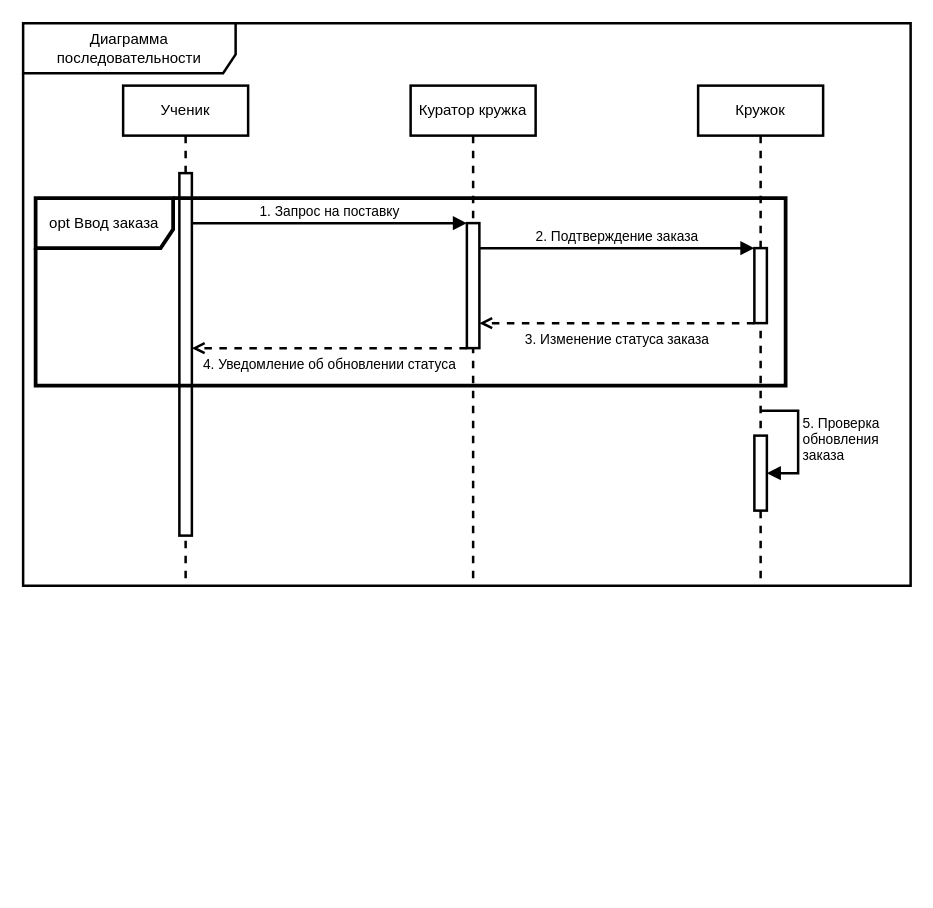
Before: page "Page-1" (1 of 3) of 1.drawio in Helpmepleaseitishard/Aikms, a draw.io diagram. Source tidied: cells renumbered, new cells numbered last; positions are measured from the earlier drawing's top-left corner, leaving out a move shared by most shapes. Both pictures are drawn from the tidied source at 125%, with x=0, y=0 at pixel (22, 22).
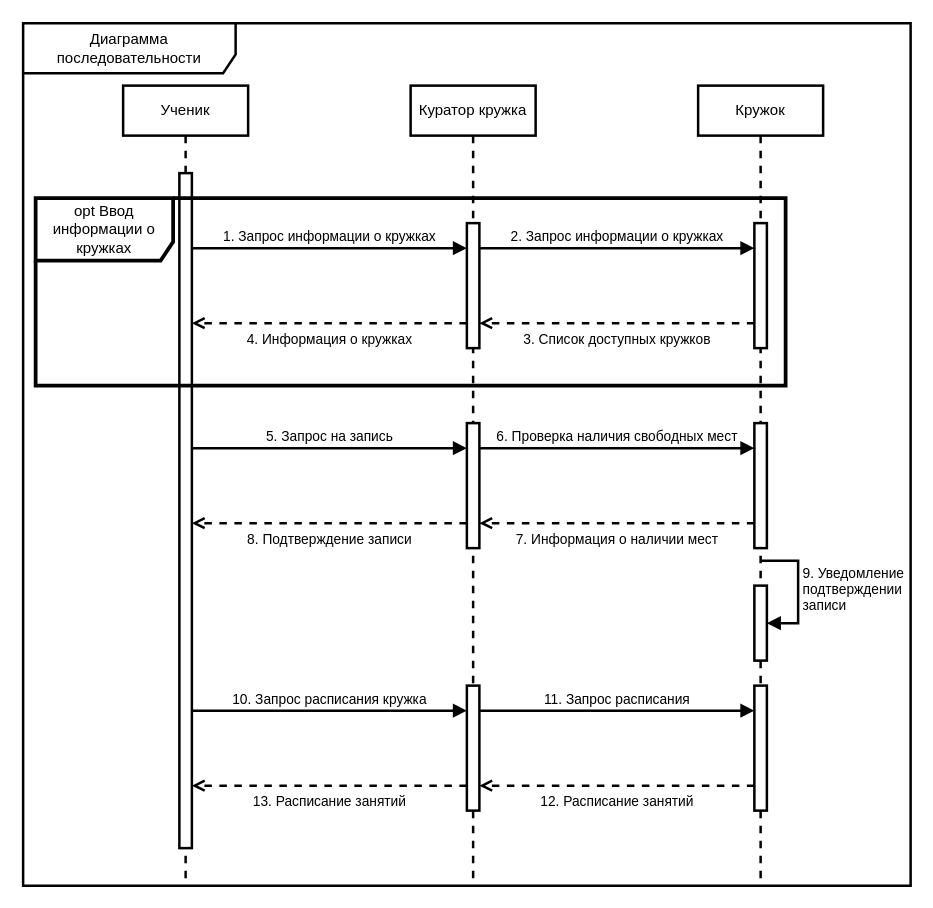
The same diagram, later.

Diff of the diagram source:
```diff
@@
     <mxCell id="2" value="Диаграмма последовательности" style="shape=umlFrame;whiteSpace=wrap;html=1;width=170;height=40;strokeWidth=2;" parent="1" vertex="1">
-      <mxGeometry width="710" height="450" as="geometry" />
+      <mxGeometry width="710" height="690" as="geometry" />
     </mxCell>
     <mxCell id="3" value="Ученик" style="shape=umlLifeline;perimeter=lifelinePerimeter;whiteSpace=wrap;html=1;newEdgeStyle={&quot;curved&quot;:0,&quot;rounded&quot;:0};strokeWidth=2;" parent="1" vertex="1">
-      <mxGeometry x="80" y="50" width="100" height="400" as="geometry" />
+      <mxGeometry x="80" y="50" width="100" height="640" as="geometry" />
     </mxCell>
-    <mxCell id="4" style="html=1;points=[[0,0,0,0,5],[0,1,0,0,-5],[1,0,0,0,5],[1,1,0,0,-5]];perimeter=orthogonalPerimeter;outlineConnect=0;targetShapes=umlLifeline;portConstraint=eastwest;newEdgeStyle={&quot;curved&quot;:0,&quot;rounded&quot;:0};strokeWidth=2;" parent="3" vertex="1">
-      <mxGeometry x="45" y="70" width="10" height="290" as="geometry" />
-    </mxCell>
     <mxCell id="5" value="Куратор кружка" style="shape=umlLifeline;perimeter=lifelinePerimeter;whiteSpace=wrap;html=1;newEdgeStyle={&quot;curved&quot;:0,&quot;rounded&quot;:0};strokeWidth=2;" parent="1" vertex="1">
-      <mxGeometry x="310" y="50" width="100" height="400" as="geometry" />
+      <mxGeometry x="310" y="50" width="100" height="640" as="geometry" />
     </mxCell>
-    <mxCell id="6" style="html=1;points=[[0,0,0,0,5],[0,1,0,0,-5],[1,0,0,0,5],[1,1,0,0,-5]];perimeter=orthogonalPerimeter;outlineConnect=0;targetShapes=umlLifeline;portConstraint=eastwest;newEdgeStyle={&quot;curved&quot;:0,&quot;rounded&quot;:0};strokeWidth=2;" parent="5" vertex="1">
-      <mxGeometry x="45" y="110" width="10" height="100" as="geometry" />
-    </mxCell>
     <mxCell id="7" value="Кружок" style="shape=umlLifeline;perimeter=lifelinePerimeter;whiteSpace=wrap;html=1;newEdgeStyle={&quot;curved&quot;:0,&quot;rounded&quot;:0};strokeWidth=2;" parent="1" vertex="1">
-      <mxGeometry x="540" y="50" width="100" height="400" as="geometry" />
+      <mxGeometry x="540" y="50" width="100" height="640" as="geometry" />
     </mxCell>
-    <mxCell id="8" style="html=1;points=[[0,0,0,0,5],[0,1,0,0,-5],[1,0,0,0,5],[1,1,0,0,-5]];perimeter=orthogonalPerimeter;outlineConnect=0;targetShapes=umlLifeline;portConstraint=eastwest;newEdgeStyle={&quot;curved&quot;:0,&quot;rounded&quot;:0};strokeWidth=2;" parent="7" vertex="1">
-      <mxGeometry x="45" y="280" width="10" height="60" as="geometry" />
-    </mxCell>
-    <mxCell id="9" value="&lt;div&gt;5. Проверка&lt;/div&gt;&lt;div&gt;обновления&lt;/div&gt;&lt;div&gt;заказа&lt;br&gt;&lt;/div&gt;" style="html=1;align=left;spacingLeft=2;endArrow=block;rounded=0;edgeStyle=orthogonalEdgeStyle;curved=0;rounded=0;strokeWidth=2;" parent="7" edge="1" target="8">
-      <mxGeometry relative="1" as="geometry">
-        <mxPoint x="50" y="260" as="sourcePoint" />
-        <Array as="points">
-          <mxPoint x="80" y="260" />
-          <mxPoint x="80" y="310" />
-        </Array>
-      </mxGeometry>
-    </mxCell>
-    <mxCell id="10" style="html=1;points=[[0,0,0,0,5],[0,1,0,0,-5],[1,0,0,0,5],[1,1,0,0,-5]];perimeter=orthogonalPerimeter;outlineConnect=0;targetShapes=umlLifeline;portConstraint=eastwest;newEdgeStyle={&quot;curved&quot;:0,&quot;rounded&quot;:0};strokeWidth=2;" parent="7" vertex="1">
-      <mxGeometry x="45" y="130" width="10" height="60" as="geometry" />
-    </mxCell>
-    <mxCell id="11" value="2. Подтверждение заказа" style="html=1;verticalAlign=bottom;endArrow=block;curved=0;rounded=0;strokeWidth=2;" parent="1" edge="1" source="6" target="10">
+    <mxCell id="11" value="2. Запрос информации о кружках" style="html=1;verticalAlign=bottom;endArrow=block;curved=0;rounded=0;strokeWidth=2;" parent="1" edge="1" source="6" target="10">
       <mxGeometry relative="1" as="geometry">
         <Array as="points">
           <mxPoint x="430" y="180" />
         </Array>
       </mxGeometry>
     </mxCell>
-    <mxCell id="12" value="4. Уведомление об обновлении статуса" style="html=1;verticalAlign=top;endArrow=open;curved=0;rounded=0;strokeWidth=2;dashed=1;endFill=0;" parent="1" edge="1" source="6" target="4">
+    <mxCell id="12" value="4. Информация о кружках" style="html=1;verticalAlign=top;endArrow=open;curved=0;rounded=0;strokeWidth=2;dashed=1;endFill=0;" parent="1" edge="1">
       <mxGeometry relative="1" as="geometry">
+        <mxPoint x="355" y="240" as="sourcePoint" />
+        <mxPoint x="135" y="240" as="targetPoint" />
         <Array as="points">
-          <mxPoint x="241" y="260" />
+          <mxPoint x="241" y="240" />
         </Array>
       </mxGeometry>
     </mxCell>
-    <mxCell id="13" value="1. Запрос на поставку" style="html=1;verticalAlign=bottom;endArrow=block;curved=0;rounded=0;strokeWidth=2;" parent="1" edge="1" source="4" target="6">
+    <mxCell id="13" value="1. Запрос информации о кружках" style="html=1;verticalAlign=bottom;endArrow=block;curved=0;rounded=0;strokeWidth=2;" parent="1" edge="1">
       <mxGeometry relative="1" as="geometry">
+        <mxPoint x="135" y="180" as="sourcePoint" />
+        <mxPoint x="355" y="180" as="targetPoint" />
         <Array as="points">
-          <mxPoint x="260" y="160" />
+          <mxPoint x="260" y="180" />
         </Array>
       </mxGeometry>
     </mxCell>
-    <mxCell id="14" value="3. Изменение статуса заказа" style="html=1;verticalAlign=top;endArrow=open;curved=0;rounded=0;strokeWidth=2;dashed=1;endFill=0;" parent="1" edge="1" source="10" target="6">
+    <mxCell id="14" value="3. Список доступных кружков" style="html=1;verticalAlign=top;endArrow=open;curved=0;rounded=0;strokeWidth=2;dashed=1;endFill=0;" parent="1" edge="1" source="10" target="6">
       <mxGeometry relative="1" as="geometry">
         <Array as="points">
           <mxPoint x="460" y="240" />
         </Array>
       </mxGeometry>
     </mxCell>
+    <mxCell id="16" value="6. Проверка наличия свободных мест" style="html=1;verticalAlign=bottom;endArrow=block;curved=0;rounded=0;strokeWidth=2;" parent="1" edge="1" source="26" target="24">
+      <mxGeometry relative="1" as="geometry">
+        <Array as="points">
+          <mxPoint x="425" y="340" />
+        </Array>
+      </mxGeometry>
+    </mxCell>
+    <mxCell id="17" value="8. Подтверждение записи" style="html=1;verticalAlign=top;endArrow=open;curved=0;rounded=0;strokeWidth=2;dashed=1;endFill=0;" parent="1" edge="1">
+      <mxGeometry relative="1" as="geometry">
+        <mxPoint x="355" y="400" as="sourcePoint" />
+        <mxPoint x="135" y="400" as="targetPoint" />
+        <Array as="points">
+          <mxPoint x="236" y="400" />
+        </Array>
+      </mxGeometry>
+    </mxCell>
+    <mxCell id="18" value="5. Запрос на запись" style="html=1;verticalAlign=bottom;endArrow=block;curved=0;rounded=0;strokeWidth=2;" parent="1" edge="1">
+      <mxGeometry relative="1" as="geometry">
+        <mxPoint x="135" y="340" as="sourcePoint" />
+        <mxPoint x="355" y="340" as="targetPoint" />
+        <Array as="points">
+          <mxPoint x="255" y="340" />
+        </Array>
+      </mxGeometry>
+    </mxCell>
+    <mxCell id="19" value="7. Информация о наличии мест" style="html=1;verticalAlign=top;endArrow=open;curved=0;rounded=0;strokeWidth=2;dashed=1;endFill=0;" parent="1" edge="1" source="24" target="26">
+      <mxGeometry relative="1" as="geometry">
+        <Array as="points">
+          <mxPoint x="455" y="400" />
+        </Array>
+      </mxGeometry>
+    </mxCell>
+    <mxCell id="4" style="html=1;points=[[0,0,0,0,5],[0,1,0,0,-5],[1,0,0,0,5],[1,1,0,0,-5]];perimeter=orthogonalPerimeter;outlineConnect=0;targetShapes=umlLifeline;portConstraint=eastwest;newEdgeStyle={&quot;curved&quot;:0,&quot;rounded&quot;:0};strokeWidth=2;" parent="1" vertex="1">
+      <mxGeometry x="125" y="120" width="10" height="540" as="geometry" />
+    </mxCell>
-    <mxCell id="15" value="opt Ввод заказа" style="shape=umlFrame;whiteSpace=wrap;html=1;strokeWidth=3;width=110;height=40;" parent="1" vertex="1">
+    <mxCell id="15" value="opt Ввод информации о кружках" style="shape=umlFrame;whiteSpace=wrap;html=1;strokeWidth=3;width=110;height=50;" parent="1" vertex="1">
       <mxGeometry x="10" y="140" width="600" height="150" as="geometry" />
     </mxCell>
+    <mxCell id="20" value="11. Запрос расписания" style="html=1;verticalAlign=bottom;endArrow=block;curved=0;rounded=0;strokeWidth=2;" parent="1" edge="1" source="27" target="25">
+      <mxGeometry relative="1" as="geometry">
+        <Array as="points">
+          <mxPoint x="425" y="550" />
+        </Array>
+      </mxGeometry>
+    </mxCell>
+    <mxCell id="21" value="13. Расписание занятий" style="html=1;verticalAlign=top;endArrow=open;curved=0;rounded=0;strokeWidth=2;dashed=1;endFill=0;" parent="1" edge="1">
+      <mxGeometry relative="1" as="geometry">
+        <mxPoint x="355" y="610" as="sourcePoint" />
+        <mxPoint x="135" y="610" as="targetPoint" />
+        <Array as="points">
+          <mxPoint x="236" y="610" />
+        </Array>
+      </mxGeometry>
+    </mxCell>
+    <mxCell id="22" value="10. Запрос расписания кружка" style="html=1;verticalAlign=bottom;endArrow=block;curved=0;rounded=0;strokeWidth=2;" parent="1" edge="1">
+      <mxGeometry relative="1" as="geometry">
+        <mxPoint x="135" y="550" as="sourcePoint" />
+        <mxPoint x="355" y="550" as="targetPoint" />
+        <Array as="points">
+          <mxPoint x="255" y="550" />
+        </Array>
+      </mxGeometry>
+    </mxCell>
+    <mxCell id="23" value="12. Расписание занятий" style="html=1;verticalAlign=top;endArrow=open;curved=0;rounded=0;strokeWidth=2;dashed=1;endFill=0;" parent="1" edge="1" source="25" target="27">
+      <mxGeometry relative="1" as="geometry">
+        <Array as="points">
+          <mxPoint x="455" y="610" />
+        </Array>
+      </mxGeometry>
+    </mxCell>
+    <mxCell id="10" style="html=1;points=[[0,0,0,0,5],[0,1,0,0,-5],[1,0,0,0,5],[1,1,0,0,-5]];perimeter=orthogonalPerimeter;outlineConnect=0;targetShapes=umlLifeline;portConstraint=eastwest;newEdgeStyle={&quot;curved&quot;:0,&quot;rounded&quot;:0};strokeWidth=2;" parent="1" vertex="1">
+      <mxGeometry x="585" y="160" width="10" height="100" as="geometry" />
+    </mxCell>
+    <mxCell id="24" style="html=1;points=[[0,0,0,0,5],[0,1,0,0,-5],[1,0,0,0,5],[1,1,0,0,-5]];perimeter=orthogonalPerimeter;outlineConnect=0;targetShapes=umlLifeline;portConstraint=eastwest;newEdgeStyle={&quot;curved&quot;:0,&quot;rounded&quot;:0};strokeWidth=2;" parent="1" vertex="1">
+      <mxGeometry x="585" y="320" width="10" height="100" as="geometry" />
+    </mxCell>
+    <mxCell id="8" style="html=1;points=[[0,0,0,0,5],[0,1,0,0,-5],[1,0,0,0,5],[1,1,0,0,-5]];perimeter=orthogonalPerimeter;outlineConnect=0;targetShapes=umlLifeline;portConstraint=eastwest;newEdgeStyle={&quot;curved&quot;:0,&quot;rounded&quot;:0};strokeWidth=2;" parent="1" vertex="1">
+      <mxGeometry x="585" y="450" width="10" height="60" as="geometry" />
+    </mxCell>
+    <mxCell id="9" value="&lt;div&gt;9. Уведомление&lt;/div&gt;&lt;div&gt;подтверждении&lt;/div&gt;&lt;div&gt;записи&lt;/div&gt;" style="html=1;align=left;spacingLeft=2;endArrow=block;rounded=0;edgeStyle=orthogonalEdgeStyle;curved=0;rounded=0;strokeWidth=2;" parent="1" edge="1" target="8">
+      <mxGeometry relative="1" as="geometry">
+        <mxPoint x="590" y="430" as="sourcePoint" />
+        <Array as="points">
+          <mxPoint x="620" y="430" />
+          <mxPoint x="620" y="480" />
+        </Array>
+      </mxGeometry>
+    </mxCell>
+    <mxCell id="25" style="html=1;points=[[0,0,0,0,5],[0,1,0,0,-5],[1,0,0,0,5],[1,1,0,0,-5]];perimeter=orthogonalPerimeter;outlineConnect=0;targetShapes=umlLifeline;portConstraint=eastwest;newEdgeStyle={&quot;curved&quot;:0,&quot;rounded&quot;:0};strokeWidth=2;" parent="1" vertex="1">
+      <mxGeometry x="585" y="530" width="10" height="100" as="geometry" />
+    </mxCell>
+    <mxCell id="6" style="html=1;points=[[0,0,0,0,5],[0,1,0,0,-5],[1,0,0,0,5],[1,1,0,0,-5]];perimeter=orthogonalPerimeter;outlineConnect=0;targetShapes=umlLifeline;portConstraint=eastwest;newEdgeStyle={&quot;curved&quot;:0,&quot;rounded&quot;:0};strokeWidth=2;" parent="1" vertex="1">
+      <mxGeometry x="355" y="160" width="10" height="100" as="geometry" />
+    </mxCell>
+    <mxCell id="26" style="html=1;points=[[0,0,0,0,5],[0,1,0,0,-5],[1,0,0,0,5],[1,1,0,0,-5]];perimeter=orthogonalPerimeter;outlineConnect=0;targetShapes=umlLifeline;portConstraint=eastwest;newEdgeStyle={&quot;curved&quot;:0,&quot;rounded&quot;:0};strokeWidth=2;" parent="1" vertex="1">
+      <mxGeometry x="355" y="320" width="10" height="100" as="geometry" />
+    </mxCell>
+    <mxCell id="27" style="html=1;points=[[0,0,0,0,5],[0,1,0,0,-5],[1,0,0,0,5],[1,1,0,0,-5]];perimeter=orthogonalPerimeter;outlineConnect=0;targetShapes=umlLifeline;portConstraint=eastwest;newEdgeStyle={&quot;curved&quot;:0,&quot;rounded&quot;:0};strokeWidth=2;" parent="1" vertex="1">
+      <mxGeometry x="355" y="530" width="10" height="100" as="geometry" />
+    </mxCell>
```
